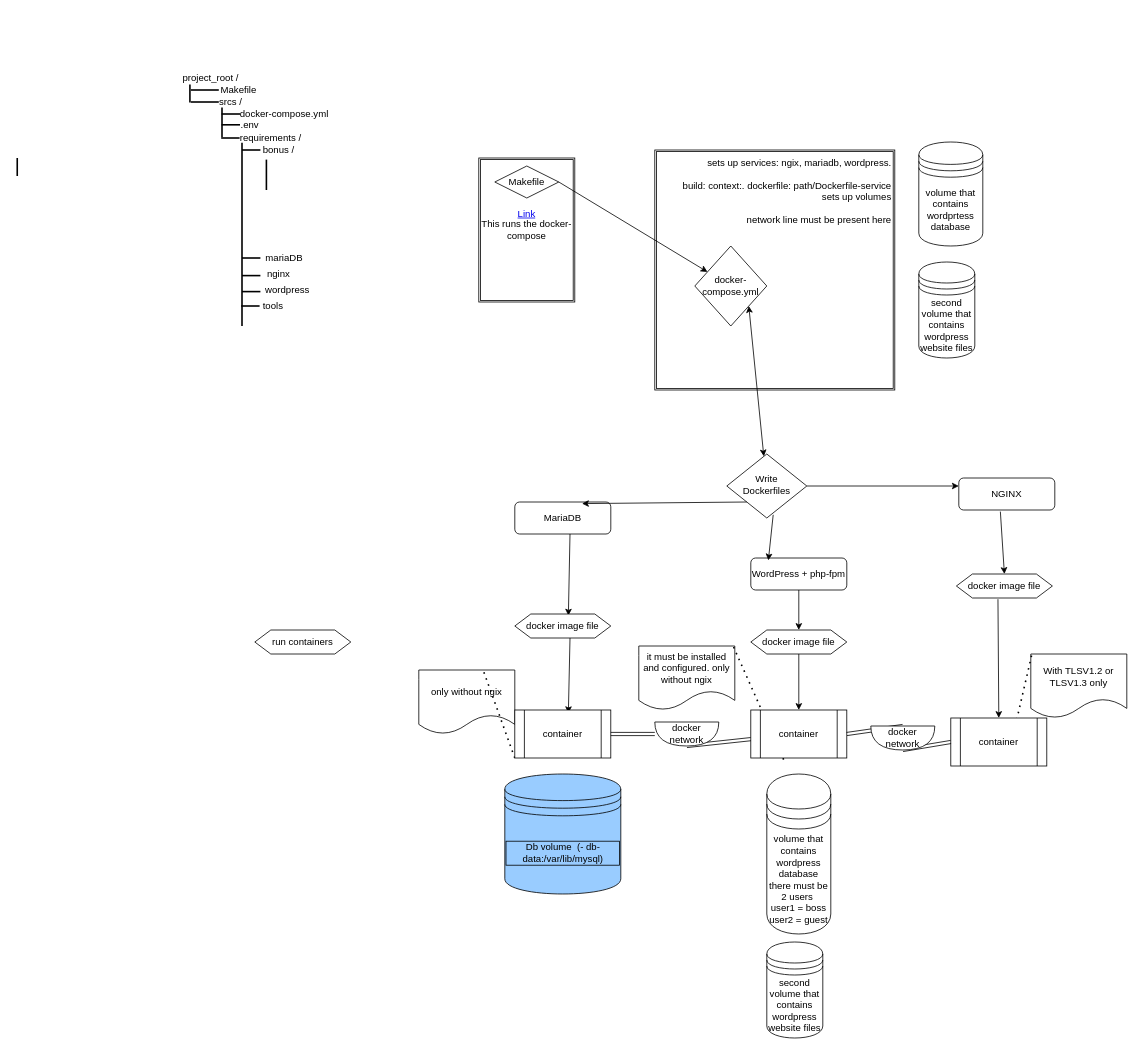
This is Untitled Diagram.drawio from sparklebutt/Inception, a draw.io file, before an edit. Source tidied: cells renumbered, new cells numbered last; positions are measured from the earlier drawing's top-left corner, leaving out a move shared by most shapes. Both pictures are drawn from the tidied source at 80%, with x=0, y=0 at pixel (14, 66).
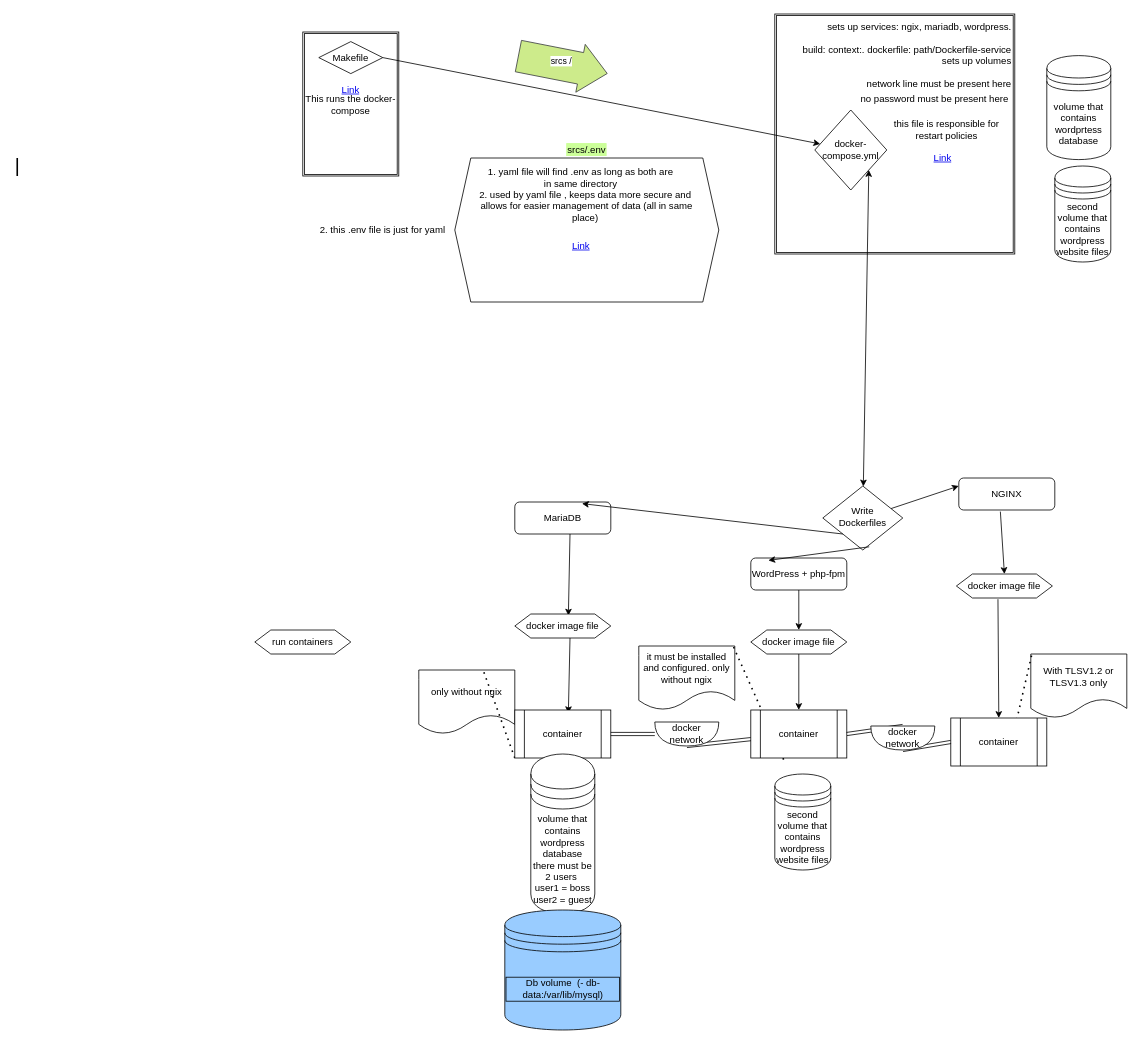
After the change.

Commit message:
Update Plan(added links to examples).drawio

What changed in the source:
```diff
@@
     <mxCell id="2" value="sets up services: ngix, mariadb, wordpress.&lt;div&gt;&lt;br&gt;&lt;/div&gt;&lt;div&gt;build: context:. dockerfile: path/Dockerfile-service&lt;/div&gt;&lt;div&gt;sets up volumes&lt;/div&gt;&lt;div&gt;&lt;br&gt;&lt;/div&gt;&lt;div&gt;network line must be present here&lt;/div&gt;" style="shape=ext;double=1;whiteSpace=wrap;html=1;align=right;verticalAlign=top;" parent="1" vertex="1">
-      <mxGeometry x="800" y="105" width="300" height="300" as="geometry" />
+      <mxGeometry x="950" y="-65" width="300" height="300" as="geometry" />
     </mxCell>
     <mxCell id="3" value="This runs the docker-compose" style="shape=ext;double=1;rounded=0;whiteSpace=wrap;html=1;" parent="1" vertex="1">
-      <mxGeometry x="580" y="115" width="120" height="180" as="geometry" />
+      <mxGeometry x="360" y="-42.5" width="120" height="180" as="geometry" />
     </mxCell>
@@
     <mxCell id="5" value="Write Dockerfiles" style="rhombus;whiteSpace=wrap;html=1;shadow=0;fontFamily=Helvetica;fontSize=12;align=center;strokeWidth=1;spacing=6;spacingTop=-4;" parent="1" vertex="1">
-      <mxGeometry x="890" y="485" width="100" height="80" as="geometry" />
+      <mxGeometry x="1010" y="525" width="100" height="80" as="geometry" />
     </mxCell>
@@
     <mxCell id="11" value="Makefile" style="rhombus;whiteSpace=wrap;html=1;" parent="1" vertex="1">
-      <mxGeometry x="600" y="125" width="80" height="40" as="geometry" />
+      <mxGeometry x="380" y="-30.5" width="80" height="40" as="geometry" />
     </mxCell>
     <mxCell id="12" value="docker-compose.yml" style="rhombus;whiteSpace=wrap;html=1;" parent="1" vertex="1">
-      <mxGeometry x="850" y="225" width="90" height="100" as="geometry" />
+      <mxGeometry x="1000" y="55" width="90" height="100" as="geometry" />
     </mxCell>
@@
     <mxCell id="27" value="volume that contains wordprtess database" style="shape=datastore;whiteSpace=wrap;html=1;" parent="1" vertex="1">
-      <mxGeometry x="1130" y="95" width="80" height="130" as="geometry" />
+      <mxGeometry x="1290" y="-13" width="80" height="130" as="geometry" />
     </mxCell>
     <mxCell id="28" value="second volume that contains wordpress website files" style="shape=datastore;whiteSpace=wrap;html=1;" parent="1" vertex="1">
-      <mxGeometry x="1130" y="245" width="70" height="120" as="geometry" />
+      <mxGeometry x="1300" y="125" width="70" height="120" as="geometry" />
     </mxCell>
@@
     <mxCell id="30" value="Link" style="text;html=1;strokeColor=none;fillColor=none;whiteSpace=wrap;align=center;verticalAlign=middle;fontColor=#0000EE;fontStyle=4;" parent="1" vertex="1">
-      <mxGeometry x="610" y="165" width="60" height="40" as="geometry" />
+      <mxGeometry x="390" y="9.5" width="60" height="40" as="geometry" />
     </mxCell>
-    <mxCell id="31" value="Makefile" style="text;html=1;align=center;verticalAlign=middle;whiteSpace=wrap;rounded=0;" parent="1" vertex="1">
-      <mxGeometry x="250" y="15" width="60" height="30" as="geometry" />
-    </mxCell>
-    <mxCell id="32" value="project_root /" style="text;html=1;align=center;verticalAlign=middle;whiteSpace=wrap;rounded=0;" parent="1" vertex="1">
-      <mxGeometry x="205" width="80" height="30" as="geometry" />
-    </mxCell>
-    <mxCell id="33" value="srcs /" style="text;html=1;align=center;verticalAlign=middle;whiteSpace=wrap;rounded=0;" parent="1" vertex="1">
-      <mxGeometry x="240" y="30" width="60" height="30" as="geometry" />
-    </mxCell>
-    <mxCell id="34" value="docker-compose.yml" style="text;html=1;align=center;verticalAlign=middle;whiteSpace=wrap;rounded=0;" parent="1" vertex="1">
-      <mxGeometry x="262" y="45" width="150" height="30" as="geometry" />
-    </mxCell>
-    <mxCell id="35" value=".env" style="text;html=1;align=center;verticalAlign=middle;whiteSpace=wrap;rounded=0;" parent="1" vertex="1">
-      <mxGeometry x="264" y="58.5" width="60" height="30" as="geometry" />
-    </mxCell>
-    <mxCell id="36" value="requirements /" style="text;html=1;align=center;verticalAlign=middle;whiteSpace=wrap;rounded=0;" parent="1" vertex="1">
-      <mxGeometry x="280" y="75" width="80" height="30" as="geometry" />
-    </mxCell>
-    <mxCell id="37" value="bonus /" style="text;html=1;align=center;verticalAlign=middle;whiteSpace=wrap;rounded=0;" parent="1" vertex="1">
-      <mxGeometry x="300" y="85" width="60" height="39" as="geometry" />
-    </mxCell>
-    <mxCell id="38" style="line;strokeWidth=2;html=1;" parent="1" vertex="1">
-      <mxGeometry x="220" y="22.5" width="35" height="15" as="geometry" />
-    </mxCell>
-    <mxCell id="39" style="group;" parent="1" vertex="1">
-      <mxGeometry x="212.8" y="23" width="42.2" height="29.5" as="geometry" />
-    </mxCell>
-    <mxCell id="40" style="group;" parent="39" vertex="1">
-      <mxGeometry width="42.2" height="29.5" as="geometry" />
-    </mxCell>
-    <mxCell id="41" style="line;strokeWidth=2;direction=south;html=1;" parent="40" vertex="1">
-      <mxGeometry width="12.2" height="22.5" as="geometry" />
-    </mxCell>
-    <mxCell id="42" style="line;strokeWidth=2;html=1;" parent="40" vertex="1">
-      <mxGeometry x="7.2" y="14.5" width="35" height="15" as="geometry" />
-    </mxCell>
@@
-    <mxCell id="44" value="mariaDB" style="text;html=1;align=center;verticalAlign=middle;whiteSpace=wrap;rounded=0;" parent="1" vertex="1">
-      <mxGeometry x="307" y="225" width="60" height="30" as="geometry" />
-    </mxCell>
-    <mxCell id="45" style="line;strokeWidth=2;direction=south;html=1;" parent="1" vertex="1">
-      <mxGeometry x="254" y="52" width="10" height="37" as="geometry" />
-    </mxCell>
-    <mxCell id="46" style="line;strokeWidth=2;html=1;" parent="1" vertex="1">
-      <mxGeometry x="258.5" y="55" width="23" height="10" as="geometry" />
-    </mxCell>
-    <mxCell id="47" style="line;strokeWidth=2;html=1;" parent="1" vertex="1">
-      <mxGeometry x="258.5" y="68.5" width="23" height="10" as="geometry" />
-    </mxCell>
-    <mxCell id="48" style="line;strokeWidth=2;html=1;" parent="1" vertex="1">
-      <mxGeometry x="258" y="85" width="23" height="10" as="geometry" />
-    </mxCell>
-    <mxCell id="49" style="line;strokeWidth=2;direction=south;html=1;" parent="1" vertex="1">
-      <mxGeometry x="279" y="96" width="10" height="229" as="geometry" />
-    </mxCell>
-    <mxCell id="50" style="line;strokeWidth=2;html=1;" parent="1" vertex="1">
-      <mxGeometry x="284" y="100" width="23" height="10" as="geometry" />
-    </mxCell>
-    <mxCell id="51" style="line;strokeWidth=2;html=1;" parent="1" vertex="1">
-      <mxGeometry x="284" y="235" width="23" height="10" as="geometry" />
-    </mxCell>
-    <mxCell id="52" style="line;strokeWidth=2;html=1;" parent="1" vertex="1">
-      <mxGeometry x="284" y="257" width="23" height="10" as="geometry" />
-    </mxCell>
-    <mxCell id="53" style="line;strokeWidth=2;html=1;" parent="1" vertex="1">
-      <mxGeometry x="284" y="277" width="23" height="10" as="geometry" />
-    </mxCell>
-    <mxCell id="54" value="wordpress" style="text;html=1;align=center;verticalAlign=middle;whiteSpace=wrap;rounded=0;" parent="1" vertex="1">
-      <mxGeometry x="311" y="265" width="60" height="30" as="geometry" />
-    </mxCell>
-    <mxCell id="55" value="nginx" style="text;html=1;align=center;verticalAlign=middle;whiteSpace=wrap;rounded=0;" parent="1" vertex="1">
-      <mxGeometry x="300" y="245" width="60" height="30" as="geometry" />
-    </mxCell>
-    <mxCell id="56" value="tools" style="text;html=1;align=center;verticalAlign=middle;whiteSpace=wrap;rounded=0;" parent="1" vertex="1">
-      <mxGeometry x="293" y="285" width="60" height="30" as="geometry" />
-    </mxCell>
-    <mxCell id="57" style="line;strokeWidth=2;html=1;" parent="1" vertex="1">
-      <mxGeometry x="283" y="295" width="23" height="10" as="geometry" />
-    </mxCell>
-    <mxCell id="58" style="line;strokeWidth=2;direction=south;html=1;" parent="1" vertex="1">
-      <mxGeometry x="209" y="117" width="211" height="38" as="geometry" />
-    </mxCell>
@@
     <mxCell id="66" value="volume that contains wordpress database&lt;div&gt;there must be 2 users&amp;nbsp;&lt;div&gt;user1 = boss&lt;/div&gt;&lt;div&gt;user2 = guest&lt;/div&gt;&lt;/div&gt;" style="shape=datastore;whiteSpace=wrap;html=1;" parent="1" vertex="1">
-      <mxGeometry x="940" y="885" width="80" height="200" as="geometry" />
+      <mxGeometry x="645" y="860" width="80" height="200" as="geometry" />
     </mxCell>
     <mxCell id="67" value="second volume that contains wordpress website files" style="shape=datastore;whiteSpace=wrap;html=1;" parent="1" vertex="1">
-      <mxGeometry x="940" y="1095" width="70" height="120" as="geometry" />
+      <mxGeometry x="950" y="885" width="70" height="120" as="geometry" />
     </mxCell>
@@
     <mxCell id="73" value="Db volume&amp;nbsp; (- db-data:/var/lib/mysql)" style="shape=datastore;whiteSpace=wrap;html=1;labelBackgroundColor=none;labelBorderColor=default;fillColor=light-dark(#99CCFF,#EDEDED);" parent="1" vertex="1">
-      <mxGeometry x="612.5" y="885" width="145" height="150" as="geometry" />
+      <mxGeometry x="612.5" y="1055" width="145" height="150" as="geometry" />
     </mxCell>
+    <mxCell id="74" value="no password must be present here" style="text;html=1;align=center;verticalAlign=middle;whiteSpace=wrap;rounded=0;" parent="1" vertex="1">
+      <mxGeometry x="1050" y="25.5" width="200" height="30" as="geometry" />
+    </mxCell>
+    <mxCell id="75" value="srcs/.env" style="shape=hexagon;perimeter=hexagonPerimeter2;whiteSpace=wrap;html=1;fixedSize=1;align=center;labelPosition=center;verticalLabelPosition=top;verticalAlign=bottom;labelBackgroundColor=#CCFF99;labelBorderColor=#CCFF99;" parent="1" vertex="1">
+      <mxGeometry x="550" y="115" width="330" height="180" as="geometry" />
+    </mxCell>
+    <mxCell id="76" value="1. yaml file will find .env as long as both are in same directory" style="text;html=1;align=center;verticalAlign=middle;whiteSpace=wrap;rounded=0;" parent="1" vertex="1">
+      <mxGeometry x="585" y="125" width="245" height="30" as="geometry" />
+    </mxCell>
+    <mxCell id="33" value="srcs /" style="shape=flexArrow;endArrow=classic;html=1;rounded=0;width=40;endSize=11;fillColor=#cdeb8b;strokeColor=#36393d;" parent="1" edge="1">
+      <mxGeometry x="-0.06" y="4" relative="1" as="geometry">
+        <mxPoint x="629" y="-12.5" as="sourcePoint" />
+        <mxPoint x="741" y="9.5" as="targetPoint" />
+      </mxGeometry>
+    </mxCell>
+    <mxCell id="77" value="2. this .env file is just for yaml" style="text;html=1;align=center;verticalAlign=middle;whiteSpace=wrap;rounded=0;" parent="1" vertex="1">
+      <mxGeometry x="340" y="190" width="240" height="30" as="geometry" />
+    </mxCell>
+    <mxCell id="78" value="2. used by yaml file , keeps data more secure and&amp;nbsp; allows for easier management of data (all in same place)&amp;nbsp;" style="text;html=1;align=center;verticalAlign=middle;whiteSpace=wrap;rounded=0;" parent="1" vertex="1">
+      <mxGeometry x="565" y="160" width="300" height="30" as="geometry" />
+    </mxCell>
+    <mxCell id="79" value="this file is responsible for restart policies" style="text;html=1;align=center;verticalAlign=middle;whiteSpace=wrap;rounded=0;" parent="1" vertex="1">
+      <mxGeometry x="1080" y="65" width="170" height="30" as="geometry" />
+    </mxCell>
+    <mxCell id="80" value="Link" style="text;html=1;strokeColor=none;fillColor=none;whiteSpace=wrap;align=center;verticalAlign=middle;fontColor=#0000EE;fontStyle=4;" parent="1" vertex="1">
+      <mxGeometry x="678" y="205" width="60" height="40" as="geometry" />
+    </mxCell>
+    <mxCell id="81" value="Link" style="text;html=1;strokeColor=none;fillColor=none;whiteSpace=wrap;align=center;verticalAlign=middle;fontColor=#0000EE;fontStyle=4;" parent="1" vertex="1">
+      <mxGeometry x="1130" y="95" width="60" height="40" as="geometry" />
+    </mxCell>
```
